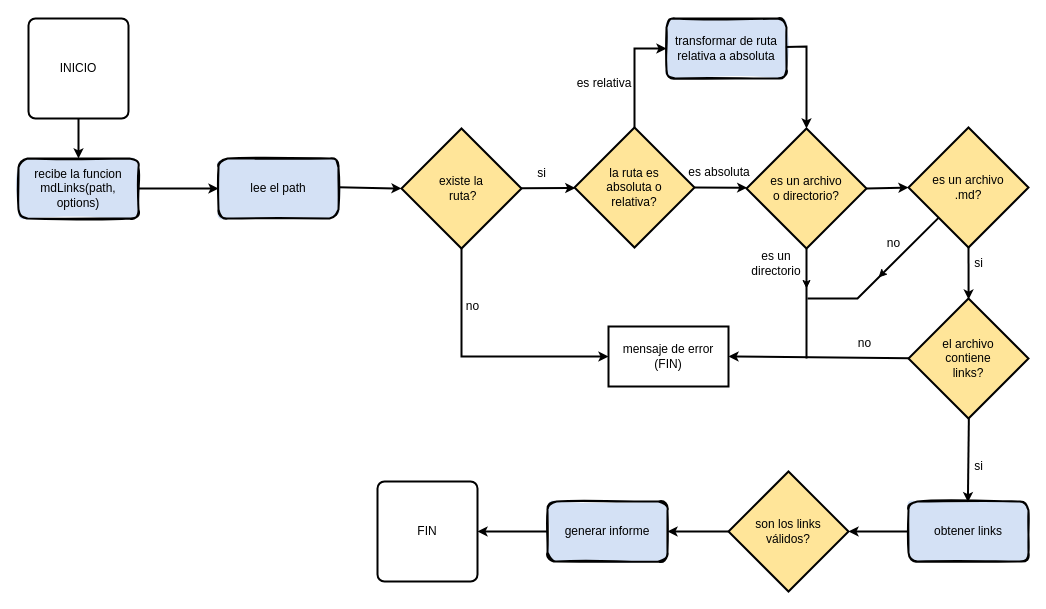
The draw.io diagram Diagrama sin título.drawio in RosarioHA/DEV001-md-linksRHA, before the edit. Source tidied: cells renumbered, new cells numbered last; positions are measured from the earlier drawing's top-left corner, leaving out a move shared by most shapes. Both pictures are drawn from the tidied source at 100%, with x=0, y=0 at pixel (18, 18).
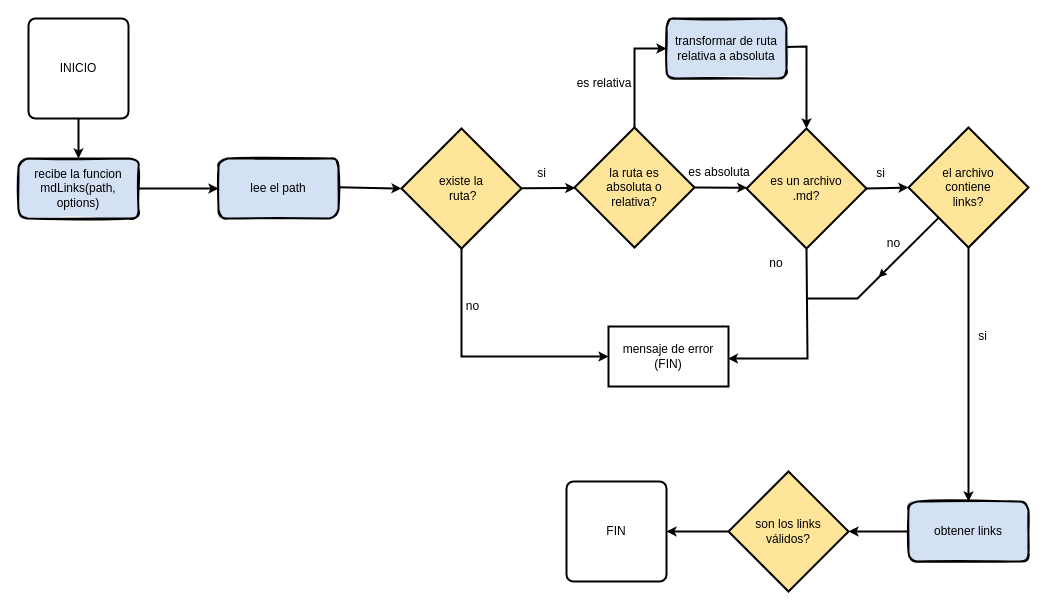
The same page after the edit.

The change refers to these unchanged cells:
```xml
<mxCell id="16" value="&lt;div&gt;&lt;font color=&quot;#000000&quot;&gt;mensaje de error&lt;/font&gt;&lt;/div&gt;&lt;div&gt;&lt;font color=&quot;#000000&quot;&gt;(FIN)&lt;/font&gt;&lt;br&gt;&lt;/div&gt;" style="rounded=0;whiteSpace=wrap;html=1;strokeColor=default;strokeWidth=2;fillColor=#ffffff;gradientColor=none;" parent="1" vertex="1">
  <mxGeometry x="590" y="308" width="120" height="60" as="geometry" />
</mxCell>
<mxCell id="18" value="&lt;font color=&quot;#000000&quot;&gt;obtener links&lt;/font&gt;" style="rounded=1;whiteSpace=wrap;html=1;strokeWidth=2;fillWeight=4;hachureGap=8;hachureAngle=45;fillColor=#D4E1F5;sketch=1;fillStyle=solid;" parent="1" vertex="1">
  <mxGeometry x="890" y="483" width="120" height="60" as="geometry" />
</mxCell>
<mxCell id="19" value="&lt;div&gt;&lt;font color=&quot;#000000&quot;&gt;son los links &lt;br&gt;&lt;/font&gt;&lt;/div&gt;&lt;div&gt;&lt;font color=&quot;#000000&quot;&gt;válidos?&lt;/font&gt;&lt;/div&gt;" style="strokeWidth=2;html=1;shape=mxgraph.flowchart.decision;whiteSpace=wrap;fillColor=#FFE599;" parent="1" vertex="1">
  <mxGeometry x="710" y="453" width="120" height="120" as="geometry" />
</mxCell>
```

Change to the diagram source:
```diff
@@
     <mxCell id="6" value="FIN" style="rounded=1;whiteSpace=wrap;html=1;absoluteArcSize=1;arcSize=14;strokeWidth=2;" parent="1" vertex="1">
-      <mxGeometry x="359" y="463" width="100" height="100" as="geometry" />
+      <mxGeometry x="548" y="463" width="100" height="100" as="geometry" />
     </mxCell>
@@
-    <mxCell id="14" value="&lt;div&gt;&lt;font color=&quot;#000000&quot;&gt;es un archivo&lt;/font&gt;&lt;/div&gt;&lt;div&gt;&lt;font color=&quot;#000000&quot;&gt;o directorio?&lt;/font&gt;&lt;br&gt;&lt;/div&gt;" style="strokeWidth=2;html=1;shape=mxgraph.flowchart.decision;whiteSpace=wrap;fillColor=#FFE599;" parent="1" vertex="1">
+    <mxCell id="14" value="&lt;div&gt;es un archivo&lt;/div&gt;&lt;div&gt;.md?&lt;br&gt;&lt;/div&gt;" style="strokeWidth=2;html=1;shape=mxgraph.flowchart.decision;whiteSpace=wrap;fillColor=#FFE599;" parent="1" vertex="1">
       <mxGeometry x="728" y="110" width="120" height="120" as="geometry" />
     </mxCell>
-    <mxCell id="15" value="&lt;div&gt;&lt;font color=&quot;#000000&quot;&gt;es un archivo&lt;/font&gt;&lt;/div&gt;&lt;div&gt;&lt;font color=&quot;#000000&quot;&gt;.md?&lt;/font&gt;&lt;br&gt;&lt;/div&gt;" style="strokeWidth=2;html=1;shape=mxgraph.flowchart.decision;whiteSpace=wrap;fillColor=#FFE599;" parent="1" vertex="1">
+    <mxCell id="15" value="&lt;div&gt;el archivo&lt;/div&gt;&lt;div&gt;contiene&lt;/div&gt;&lt;div&gt;links?&lt;br&gt;&lt;/div&gt;" style="strokeWidth=2;html=1;shape=mxgraph.flowchart.decision;whiteSpace=wrap;fillColor=#FFE599;" parent="1" vertex="1">
       <mxGeometry x="890" y="109" width="120" height="120" as="geometry" />
     </mxCell>
@@
-    <mxCell id="17" value="&lt;div&gt;&lt;font color=&quot;#000000&quot;&gt;el archivo &lt;br&gt;&lt;/font&gt;&lt;/div&gt;&lt;div&gt;&lt;font color=&quot;#000000&quot;&gt;contiene &lt;br&gt;&lt;/font&gt;&lt;/div&gt;&lt;div&gt;&lt;font color=&quot;#000000&quot;&gt;links?&lt;/font&gt;&lt;/div&gt;" style="strokeWidth=2;html=1;shape=mxgraph.flowchart.decision;whiteSpace=wrap;fillColor=#FFE599;" parent="1" vertex="1">
-      <mxGeometry x="890" y="280" width="120" height="120" as="geometry" />
-    </mxCell>
@@
-    <mxCell id="20" value="&lt;font color=&quot;#000000&quot;&gt;generar informe&lt;/font&gt;" style="rounded=1;whiteSpace=wrap;html=1;strokeWidth=2;fillWeight=4;hachureGap=8;hachureAngle=45;fillColor=#D4E1F5;sketch=1;fillStyle=solid;" parent="1" vertex="1">
-      <mxGeometry x="529" y="483" width="120" height="60" as="geometry" />
-    </mxCell>
@@
-    <mxCell id="26" style="endArrow=classic;html=1;rounded=0;strokeWidth=2;endSize=4;entryX=0.501;entryY=0.009;entryDx=0;entryDy=0;exitX=0.5;exitY=0.996;exitDx=0;exitDy=0;exitPerimeter=0;entryPerimeter=0;" parent="1" edge="1" source="15" target="17">
+    <mxCell id="26" style="endArrow=classic;html=1;rounded=0;strokeWidth=2;endSize=4;entryX=0.5;entryY=0;entryDx=0;entryDy=0;exitX=0.5;exitY=0.996;exitDx=0;exitDy=0;exitPerimeter=0;" parent="1" edge="1" source="15" target="18">
       <mxGeometry relative="1" as="geometry" />
     </mxCell>
-    <mxCell id="27" style="endArrow=classic;html=1;rounded=0;strokeWidth=2;endSize=4;exitX=0.503;exitY=1;exitDx=0;exitDy=0;exitPerimeter=0;entryX=0.495;entryY=0.011;entryDx=0;entryDy=0;entryPerimeter=0;" parent="1" edge="1" source="17" target="18">
-      <mxGeometry relative="1" as="geometry" />
-    </mxCell>
@@
-    <mxCell id="29" style="endArrow=classic;html=1;rounded=0;strokeWidth=2;endSize=4;entryX=1;entryY=0.5;entryDx=0;entryDy=0;exitX=0;exitY=0.5;exitDx=0;exitDy=0;exitPerimeter=0;" parent="1" edge="1" source="19" target="20">
+    <mxCell id="29" style="endArrow=classic;html=1;rounded=0;strokeWidth=2;endSize=4;exitX=0;exitY=0.5;exitDx=0;exitDy=0;exitPerimeter=0;" parent="1" edge="1" source="19" target="6">
       <mxGeometry relative="1" as="geometry" />
     </mxCell>
-    <mxCell id="30" style="endArrow=classic;html=1;rounded=0;strokeWidth=2;endSize=4;entryX=1;entryY=0.5;entryDx=0;entryDy=0;exitX=0;exitY=0.5;exitDx=0;exitDy=0;" parent="1" edge="1" source="20" target="6">
-      <mxGeometry relative="1" as="geometry" />
-    </mxCell>
@@
-    <mxCell id="34" value="es un directorio" style="text;strokeColor=none;align=center;fillColor=none;html=1;verticalAlign=middle;whiteSpace=wrap;rounded=0;strokeWidth=2;" parent="1" vertex="1">
+    <mxCell id="34" value="no" style="text;strokeColor=none;align=center;fillColor=none;html=1;verticalAlign=middle;whiteSpace=wrap;rounded=0;strokeWidth=2;" parent="1" vertex="1">
       <mxGeometry x="728" y="230" width="60" height="30" as="geometry" />
     </mxCell>
     <mxCell id="35" value="si" style="text;strokeColor=none;align=center;fillColor=none;html=1;verticalAlign=middle;whiteSpace=wrap;rounded=0;strokeWidth=2;" parent="1" vertex="1">
-      <mxGeometry x="946" y="230" width="29" height="30" as="geometry" />
+      <mxGeometry x="950" y="303" width="29" height="30" as="geometry" />
     </mxCell>
-    <mxCell id="36" value="si" style="text;strokeColor=none;align=center;fillColor=none;html=1;verticalAlign=middle;whiteSpace=wrap;rounded=0;strokeWidth=2;" parent="1" vertex="1">
-      <mxGeometry x="946" y="433" width="29" height="30" as="geometry" />
-    </mxCell>
@@
-    <mxCell id="39" style="endArrow=classic;html=1;rounded=0;strokeWidth=2;endSize=4;entryX=1;entryY=0.5;entryDx=0;entryDy=0;exitX=0.011;exitY=0.497;exitDx=0;exitDy=0;exitPerimeter=0;" parent="1" edge="1" source="17" target="16">
-      <mxGeometry relative="1" as="geometry" />
-    </mxCell>
-    <mxCell id="40" style="endArrow=none;html=1;rounded=0;strokeWidth=2;endSize=6;entryX=0.5;entryY=1;entryDx=0;entryDy=0;entryPerimeter=0;" parent="1" edge="1" target="14">
-      <mxGeometry relative="1" as="geometry">
-        <mxPoint x="788" y="340" as="sourcePoint" />
-      </mxGeometry>
-    </mxCell>
-    <mxCell id="41" value="no" style="text;strokeColor=none;align=center;fillColor=none;html=1;verticalAlign=middle;whiteSpace=wrap;rounded=0;strokeWidth=2;" parent="1" vertex="1">
-      <mxGeometry x="832" y="310" width="29" height="30" as="geometry" />
-    </mxCell>
-    <mxCell id="42" style="endArrow=classic;html=1;rounded=0;strokeWidth=1;endSize=6;" parent="1" edge="1">
-      <mxGeometry relative="1" as="geometry">
-        <mxPoint x="788" y="250" as="sourcePoint" />
-        <mxPoint x="788" y="270" as="targetPoint" />
-      </mxGeometry>
-    </mxCell>
@@
+    <mxCell id="36" value="si" style="text;strokeColor=none;align=center;fillColor=none;html=1;verticalAlign=middle;whiteSpace=wrap;rounded=0;strokeWidth=2;" parent="1" vertex="1">
+      <mxGeometry x="848" y="140" width="29" height="30" as="geometry" />
+    </mxCell>
+    <mxCell id="44" style="endArrow=classic;html=1;rounded=0;strokeWidth=2;endSize=4;entryX=0.995;entryY=0.534;entryDx=0;entryDy=0;exitX=1;exitY=0;exitDx=0;exitDy=0;entryPerimeter=0;" parent="1" edge="1" source="34" target="16">
+      <mxGeometry relative="1" as="geometry">
+        <Array as="points">
+          <mxPoint x="789" y="340" />
+        </Array>
+      </mxGeometry>
+    </mxCell>
```
